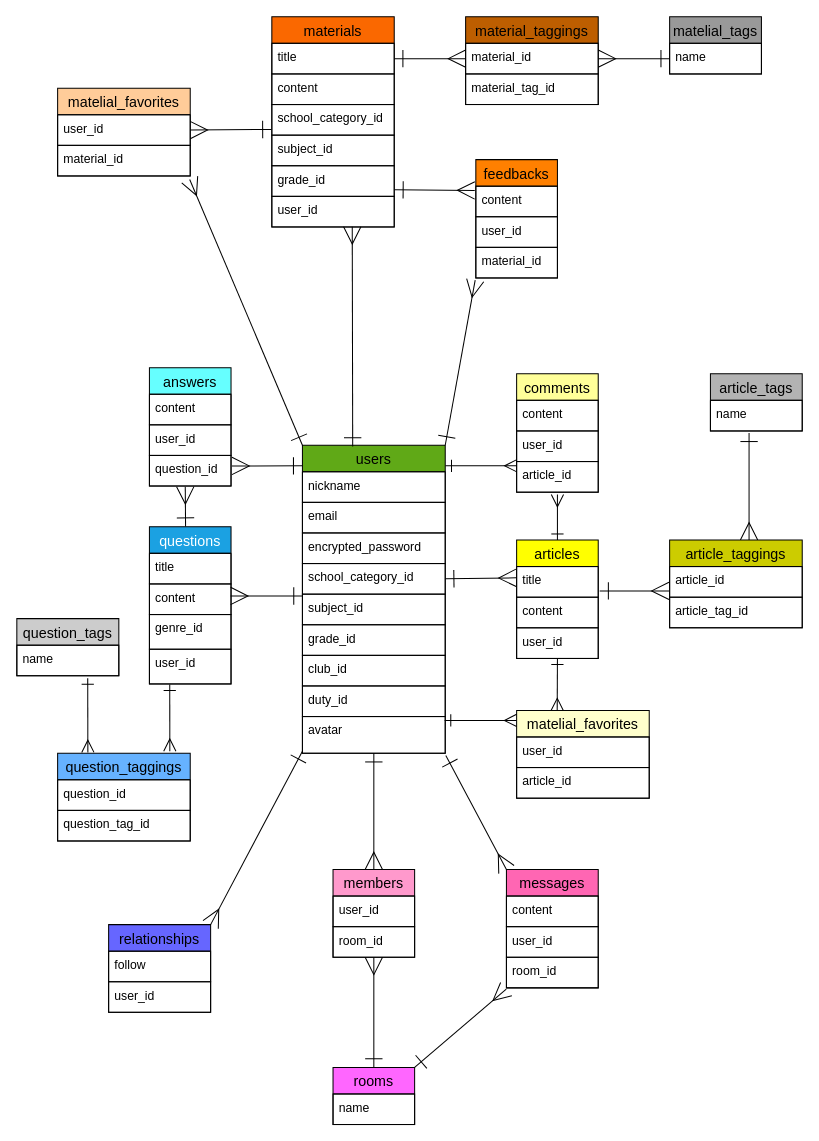
Earlier version of the draw.io diagram ER.dio (murandot/wisdom). Source tidied: cells renumbered, new cells numbered last; positions are measured from the earlier drawing's top-left corner, leaving out a move shared by most shapes. Both pictures are drawn from the tidied source at 102%, with x=0, y=0 at pixel (16, 16).
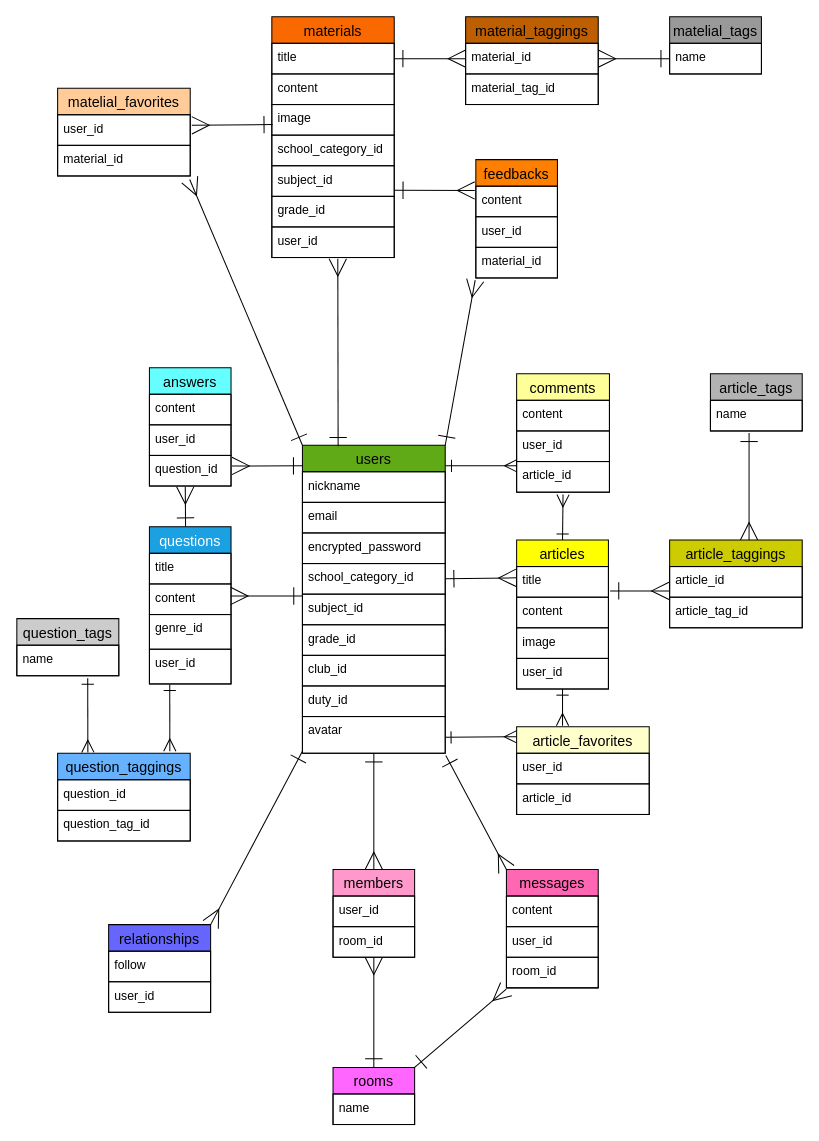
The same diagram, later.

The change refers to these unchanged cells:
```xml
<mxCell id="2" value="users" style="swimlane;fontStyle=0;horizontal=1;startSize=26;align=center;fontSize=14;fillColor=#60a917;strokeColor=#000000;fontColor=#000000;labelBackgroundColor=none;strokeWidth=1;" parent="1" vertex="1">
  <mxGeometry x="280" y="420" width="140" height="302" as="geometry" />
</mxCell>
<mxCell id="11" value="avatar" style="text;strokeColor=#000000;fillColor=none;spacingLeft=4;spacingRight=4;overflow=hidden;points=[[0,0.5],[1,0.5]];portConstraint=eastwest;fontSize=12;fontColor=#000000;labelBackgroundColor=none;strokeWidth=1;" parent="2" vertex="1">
  <mxGeometry y="266" width="140" height="36" as="geometry" />
</mxCell>
<mxCell id="27" value="content" style="text;strokeColor=#000000;fillColor=none;spacingLeft=4;spacingRight=4;overflow=hidden;points=[[0,0.5],[1,0.5]];portConstraint=eastwest;fontSize=12;fontColor=#000000;labelBackgroundColor=none;strokeWidth=1;" parent="26" vertex="1">
  <mxGeometry y="26" width="80" height="30" as="geometry" />
</mxCell>
<mxCell id="53" value="user_id" style="text;strokeColor=#000000;fillColor=none;spacingLeft=4;spacingRight=4;overflow=hidden;points=[[0,0.5],[1,0.5]];portConstraint=eastwest;fontSize=12;fontColor=#000000;labelBackgroundColor=none;strokeWidth=1;" parent="52" vertex="1">
  <mxGeometry y="26" width="130" height="30" as="geometry" />
</mxCell>
```

The edit, as a diff of the source:
```diff
@@
-    <mxCell id="12" style="edgeStyle=none;html=1;entryX=0.352;entryY=0.004;entryDx=0;entryDy=0;startArrow=ERmany;startFill=0;endArrow=ERone;endFill=0;startSize=15;endSize=15;sourcePerimeterSpacing=10;targetPerimeterSpacing=0;exitX=0.657;exitY=0.992;exitDx=0;exitDy=0;exitPerimeter=0;entryPerimeter=0;fontColor=#000000;labelBackgroundColor=none;strokeWidth=1;strokeColor=#000000;" parent="1" edge="1" source="19" target="2">
-      <mxGeometry relative="1" as="geometry" />
+    <mxCell id="12" style="edgeStyle=none;html=1;startArrow=ERmany;startFill=0;endArrow=ERone;endFill=0;startSize=15;endSize=15;sourcePerimeterSpacing=10;targetPerimeterSpacing=0;exitX=0.539;exitY=1.038;exitDx=0;exitDy=0;exitPerimeter=0;fontColor=#000000;labelBackgroundColor=none;strokeWidth=1;strokeColor=#000000;" parent="1" edge="1" source="19">
+      <mxGeometry relative="1" as="geometry">
+        <mxPoint x="315" y="421" as="targetPoint" />
+      </mxGeometry>
     </mxCell>
     <mxCell id="13" value="materials" style="swimlane;fontStyle=0;horizontal=1;startSize=26;align=center;fontSize=14;fillColor=#fa6800;fontColor=#000000;strokeColor=#000000;labelBackgroundColor=none;strokeWidth=1;" parent="1" vertex="1">
-      <mxGeometry x="250" width="120" height="206" as="geometry" />
+      <mxGeometry x="250" width="120" height="236" as="geometry" />
     </mxCell>
@@
+    <mxCell id="97" value="image" style="text;strokeColor=#000000;fillColor=none;spacingLeft=4;spacingRight=4;overflow=hidden;points=[[0,0.5],[1,0.5]];portConstraint=eastwest;fontSize=12;fontColor=#000000;labelBackgroundColor=none;strokeWidth=1;" parent="13" vertex="1">
+      <mxGeometry y="86" width="120" height="30" as="geometry" />
+    </mxCell>
     <mxCell id="16" value="school_category_id" style="text;strokeColor=#000000;fillColor=none;spacingLeft=4;spacingRight=4;overflow=hidden;points=[[0,0.5],[1,0.5]];portConstraint=eastwest;fontSize=12;fontColor=#000000;labelBackgroundColor=none;strokeWidth=1;" parent="13" vertex="1">
-      <mxGeometry y="86" width="120" height="30" as="geometry" />
+      <mxGeometry y="116" width="120" height="30" as="geometry" />
     </mxCell>
     <mxCell id="17" value="subject_id" style="text;strokeColor=#000000;fillColor=none;spacingLeft=4;spacingRight=4;overflow=hidden;points=[[0,0.5],[1,0.5]];portConstraint=eastwest;fontSize=12;fontColor=#000000;labelBackgroundColor=none;strokeWidth=1;" parent="13" vertex="1">
-      <mxGeometry y="116" width="120" height="30" as="geometry" />
+      <mxGeometry y="146" width="120" height="30" as="geometry" />
     </mxCell>
     <mxCell id="18" value="grade_id" style="text;strokeColor=#000000;fillColor=none;spacingLeft=4;spacingRight=4;overflow=hidden;points=[[0,0.5],[1,0.5]];portConstraint=eastwest;fontSize=12;fontColor=#000000;labelBackgroundColor=none;strokeWidth=1;" parent="13" vertex="1">
-      <mxGeometry y="146" width="120" height="30" as="geometry" />
+      <mxGeometry y="176" width="120" height="30" as="geometry" />
     </mxCell>
     <mxCell id="19" value="user_id" style="text;strokeColor=#000000;fillColor=none;spacingLeft=4;spacingRight=4;overflow=hidden;points=[[0,0.5],[1,0.5]];portConstraint=eastwest;fontSize=12;fontColor=#000000;labelBackgroundColor=none;strokeWidth=1;" parent="13" vertex="1">
-      <mxGeometry y="176" width="120" height="30" as="geometry" />
+      <mxGeometry y="206" width="120" height="30" as="geometry" />
     </mxCell>
@@
     <mxCell id="41" value="articles" style="swimlane;fontStyle=0;horizontal=1;startSize=26;align=center;fontSize=14;fillColor=#FFFF00;fontColor=#000000;strokeColor=#000000;labelBackgroundColor=none;strokeWidth=1;" parent="1" vertex="1">
-      <mxGeometry x="490" y="513" width="80" height="116" as="geometry" />
+      <mxGeometry x="490" y="513" width="90" height="146" as="geometry" />
     </mxCell>
     <mxCell id="42" value="title" style="text;strokeColor=#000000;fillColor=none;spacingLeft=4;spacingRight=4;overflow=hidden;points=[[0,0.5],[1,0.5]];portConstraint=eastwest;fontSize=12;fontColor=#000000;labelBackgroundColor=none;strokeWidth=1;" parent="41" vertex="1">
-      <mxGeometry y="26" width="80" height="30" as="geometry" />
+      <mxGeometry y="26" width="90" height="30" as="geometry" />
     </mxCell>
     <mxCell id="43" value="content" style="text;strokeColor=#000000;fillColor=none;spacingLeft=4;spacingRight=4;overflow=hidden;fontSize=12;fontColor=#000000;labelBackgroundColor=none;strokeWidth=1;" parent="41" vertex="1">
-      <mxGeometry y="56" width="80" height="30" as="geometry" />
+      <mxGeometry y="56" width="90" height="30" as="geometry" />
     </mxCell>
+    <mxCell id="98" value="image" style="text;strokeColor=#000000;fillColor=none;spacingLeft=4;spacingRight=4;overflow=hidden;fontSize=12;fontColor=#000000;labelBackgroundColor=none;strokeWidth=1;" parent="41" vertex="1">
+      <mxGeometry y="86" width="90" height="30" as="geometry" />
+    </mxCell>
     <mxCell id="44" value="user_id" style="text;strokeColor=#000000;fillColor=none;spacingLeft=4;spacingRight=4;overflow=hidden;fontSize=12;fontColor=#000000;labelBackgroundColor=none;strokeWidth=1;" parent="41" vertex="1">
-      <mxGeometry y="86" width="80" height="30" as="geometry" />
+      <mxGeometry y="116" width="90" height="30" as="geometry" />
     </mxCell>
@@
-    <mxCell id="51" style="edgeStyle=none;html=1;exitX=1;exitY=0.5;exitDx=0;exitDy=0;entryX=-0.004;entryY=0.814;entryDx=0;entryDy=0;endArrow=ERone;endFill=0;startArrow=ERmany;startFill=0;endSize=15;startSize=15;entryPerimeter=0;fontColor=#000000;labelBackgroundColor=none;strokeWidth=1;strokeColor=#000000;" parent="1" edge="1" source="53" target="16">
+    <mxCell id="51" style="edgeStyle=none;html=1;exitX=1.012;exitY=0.345;exitDx=0;exitDy=0;entryX=0.007;entryY=0.655;entryDx=0;entryDy=0;endArrow=ERone;endFill=0;startArrow=ERmany;startFill=0;endSize=15;startSize=15;fontColor=#000000;labelBackgroundColor=none;strokeWidth=1;strokeColor=#000000;exitPerimeter=0;entryPerimeter=0;" parent="1" edge="1" source="53" target="97">
       <mxGeometry relative="1" as="geometry" />
     </mxCell>
@@
-    <mxCell id="56" style="edgeStyle=none;html=1;entryX=1.002;entryY=0.785;entryDx=0;entryDy=0;startArrow=ERmany;startFill=0;endArrow=ERone;endFill=0;endSize=15;startSize=15;entryPerimeter=0;exitX=-0.013;exitY=0.14;exitDx=0;exitDy=0;exitPerimeter=0;fontColor=#000000;labelBackgroundColor=none;strokeWidth=1;strokeColor=#000000;" parent="1" edge="1" source="27" target="18">
+    <mxCell id="56" style="edgeStyle=none;html=1;entryX=1.001;entryY=0.8;entryDx=0;entryDy=0;startArrow=ERmany;startFill=0;endArrow=ERone;endFill=0;endSize=15;startSize=15;entryPerimeter=0;exitX=-0.013;exitY=0.14;exitDx=0;exitDy=0;exitPerimeter=0;fontColor=#000000;labelBackgroundColor=none;strokeWidth=1;strokeColor=#000000;" parent="1" edge="1" source="27" target="17">
       <mxGeometry relative="1" as="geometry" />
     </mxCell>
@@
     <mxCell id="80" value="comments" style="swimlane;fontStyle=0;horizontal=1;startSize=26;align=center;fontSize=14;fontColor=#000000;labelBackgroundColor=none;strokeWidth=1;strokeColor=#000000;fillColor=#FFFF99;" parent="1" vertex="1">
-      <mxGeometry x="490" y="350" width="80" height="116" as="geometry" />
+      <mxGeometry x="490" y="350" width="91" height="116" as="geometry" />
     </mxCell>
     <mxCell id="81" value="content" style="text;strokeColor=#000000;fillColor=none;spacingLeft=4;spacingRight=4;overflow=hidden;fontSize=12;fontColor=#000000;labelBackgroundColor=none;strokeWidth=1;" parent="80" vertex="1">
-      <mxGeometry y="26" width="80" height="30" as="geometry" />
+      <mxGeometry y="26" width="91" height="30" as="geometry" />
     </mxCell>
     <mxCell id="82" value="user_id" style="text;strokeColor=#000000;fillColor=none;spacingLeft=4;spacingRight=4;overflow=hidden;fontSize=12;fontColor=#000000;labelBackgroundColor=none;strokeWidth=1;" parent="80" vertex="1">
-      <mxGeometry y="56" width="80" height="30" as="geometry" />
+      <mxGeometry y="56" width="91" height="30" as="geometry" />
     </mxCell>
     <mxCell id="83" value="article_id" style="text;strokeColor=#000000;fillColor=none;spacingLeft=4;spacingRight=4;overflow=hidden;points=[[0,0.5],[1,0.5]];portConstraint=eastwest;fontSize=12;fontColor=#000000;labelBackgroundColor=none;strokeWidth=1;" parent="80" vertex="1">
-      <mxGeometry y="86" width="80" height="30" as="geometry" />
+      <mxGeometry y="86" width="91" height="30" as="geometry" />
     </mxCell>
@@
-    <mxCell id="85" value="matelial_favorites" style="swimlane;fontStyle=0;horizontal=1;startSize=26;align=center;fontSize=14;fontColor=#000000;labelBackgroundColor=none;strokeWidth=1;strokeColor=#000000;fillColor=#FFFFCC;gradientColor=none;" parent="1" vertex="1">
-      <mxGeometry x="490" y="680" width="130" height="86" as="geometry" />
+    <mxCell id="85" value="article_favorites" style="swimlane;fontStyle=0;horizontal=1;startSize=26;align=center;fontSize=14;fontColor=#000000;labelBackgroundColor=none;strokeWidth=1;strokeColor=#000000;fillColor=#FFFFCC;gradientColor=none;" parent="1" vertex="1">
+      <mxGeometry x="490" y="696" width="130" height="86" as="geometry" />
     </mxCell>
@@
-    <mxCell id="88" style="edgeStyle=none;html=1;entryX=0.306;entryY=0.001;entryDx=0;entryDy=0;startArrow=ERone;startFill=0;endArrow=ERmany;endFill=0;startSize=10;endSize=10;exitX=0.5;exitY=1;exitDx=0;exitDy=0;entryPerimeter=0;fontColor=#000000;labelBackgroundColor=none;strokeWidth=1;strokeColor=#000000;" parent="1" edge="1" source="41" target="85">
-      <mxGeometry relative="1" as="geometry" />
+    <mxCell id="88" style="edgeStyle=none;html=1;startArrow=ERone;startFill=0;endArrow=ERmany;endFill=0;startSize=10;endSize=10;exitX=0.5;exitY=1;exitDx=0;exitDy=0;fontColor=#000000;labelBackgroundColor=none;strokeWidth=1;strokeColor=#000000;" parent="1" edge="1" source="41">
+      <mxGeometry relative="1" as="geometry">
+        <mxPoint x="535" y="695" as="targetPoint" />
+      </mxGeometry>
     </mxCell>
-    <mxCell id="89" style="edgeStyle=none;html=1;entryX=0;entryY=0.114;entryDx=0;entryDy=0;startArrow=ERone;startFill=0;endArrow=ERmany;endFill=0;startSize=10;endSize=10;exitX=0.996;exitY=0.106;exitDx=0;exitDy=0;exitPerimeter=0;entryPerimeter=0;fontColor=#000000;labelBackgroundColor=none;strokeWidth=1;strokeColor=#000000;" parent="1" edge="1" source="11" target="85">
+    <mxCell id="89" style="edgeStyle=none;html=1;entryX=0;entryY=0.114;entryDx=0;entryDy=0;startArrow=ERone;startFill=0;endArrow=ERmany;endFill=0;startSize=10;endSize=10;exitX=0.998;exitY=0.566;exitDx=0;exitDy=0;entryPerimeter=0;fontColor=#000000;labelBackgroundColor=none;strokeWidth=1;strokeColor=#000000;exitPerimeter=0;" parent="1" edge="1" source="11" target="85">
       <mxGeometry relative="1" as="geometry" />
     </mxCell>
```
